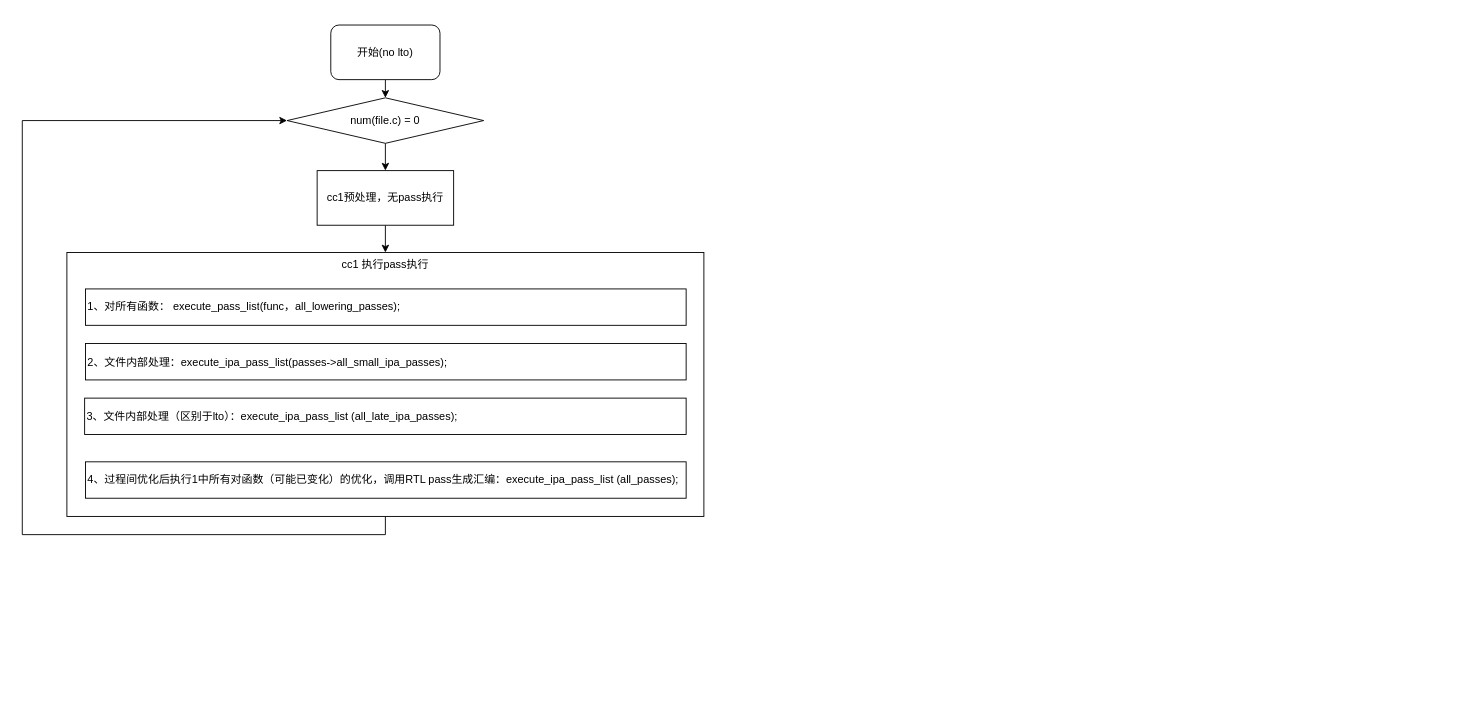
This is Untitled Diagram.drawio from ijinma/start, a draw.io file, before an edit. Source tidied: cells renumbered, new cells numbered last; positions are measured from the earlier drawing's top-left corner, leaving out a move shared by most shapes. Both pictures are drawn from the tidied source at 91%, with x=0, y=0 at pixel (22, 25).
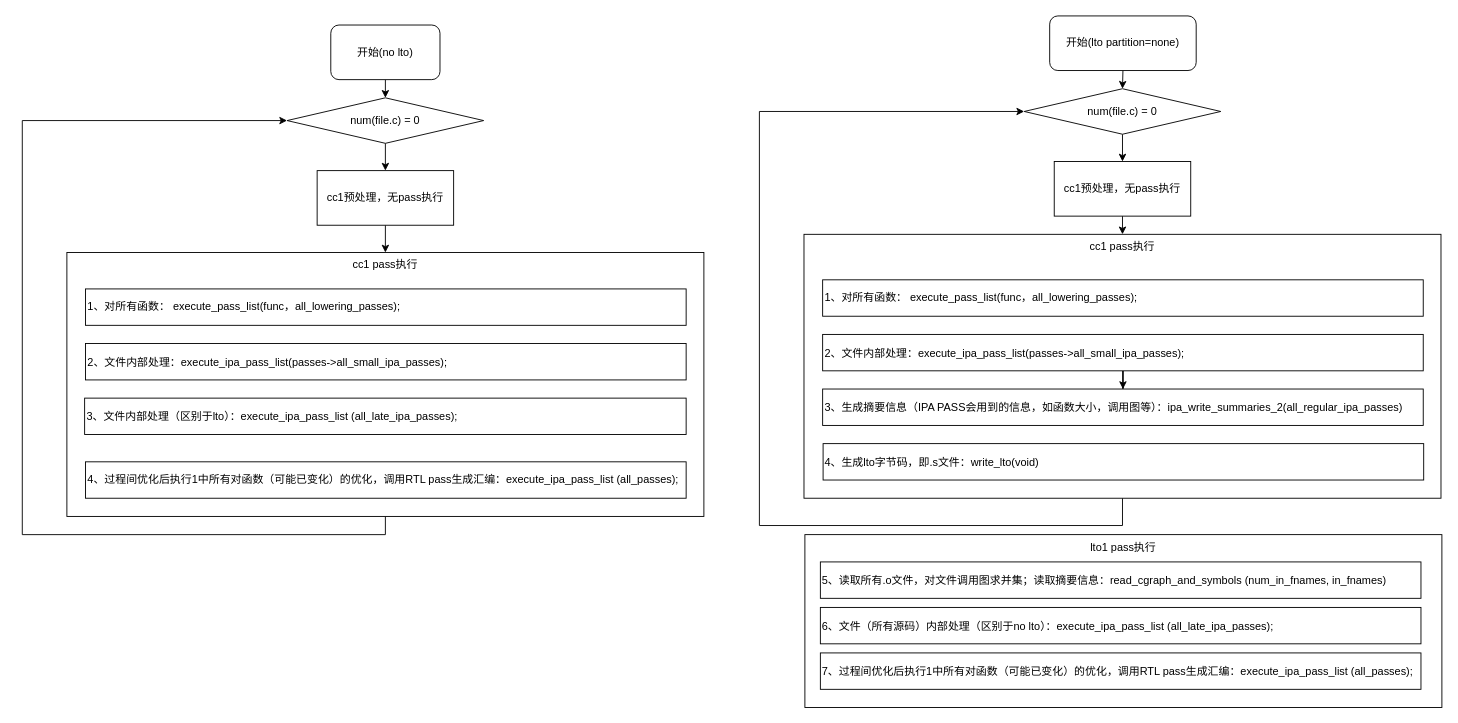
The same diagram, later.

Change to the diagram source:
```diff
@@
-    <mxCell id="7" value="cc1 执行pass执行" style="rounded=0;whiteSpace=wrap;html=1;verticalAlign=top;fontFamily=Helvetica;align=center;fontSize=12;" parent="1" vertex="1">
+    <mxCell id="7" value="cc1 pass执行" style="rounded=0;whiteSpace=wrap;html=1;verticalAlign=top;fontFamily=Helvetica;align=center;fontSize=12;" parent="1" vertex="1">
       <mxGeometry x="49" y="250" width="700" height="290" as="geometry" />
     </mxCell>
@@
+    <mxCell id="14" style="edgeStyle=orthogonalEdgeStyle;rounded=0;jettySize=auto;html=1;exitX=0.5;exitY=1;exitDx=0;exitDy=0;entryX=0.5;entryY=0;entryDx=0;entryDy=0;fontFamily=Helvetica;fontSize=12;fontColor=#000000;" parent="1" edge="1" source="15" target="21">
+      <mxGeometry relative="1" as="geometry" />
+    </mxCell>
+    <mxCell id="15" value="开始(lto partition=none)" style="rounded=1;whiteSpace=wrap;html=1;fontFamily=Helvetica;fontSize=12;" parent="1" vertex="1">
+      <mxGeometry x="1129" y="-10" width="161" height="60" as="geometry" />
+    </mxCell>
+    <mxCell id="16" style="edgeStyle=orthogonalEdgeStyle;rounded=0;jettySize=auto;html=1;exitX=0.5;exitY=1;exitDx=0;exitDy=0;entryX=0.5;entryY=0;entryDx=0;entryDy=0;fontFamily=Helvetica;fontSize=12;fontColor=#000000;" parent="1" edge="1" source="17" target="19">
+      <mxGeometry relative="1" as="geometry" />
+    </mxCell>
+    <mxCell id="17" value="cc1预处理，无pass执行" style="rounded=0;whiteSpace=wrap;html=1;fontFamily=Helvetica;fontSize=12;" parent="1" vertex="1">
+      <mxGeometry x="1134" y="150" width="150" height="60" as="geometry" />
+    </mxCell>
+    <mxCell id="18" style="edgeStyle=orthogonalEdgeStyle;rounded=0;jettySize=auto;html=1;exitX=0.5;exitY=1;exitDx=0;exitDy=0;entryX=0;entryY=0.5;entryDx=0;entryDy=0;fontFamily=Helvetica;fontSize=12;fontColor=#000000;" parent="1" edge="1" source="19" target="21">
+      <mxGeometry relative="1" as="geometry">
+        <Array as="points">
+          <mxPoint x="1209" y="550" />
+          <mxPoint x="810" y="550" />
+          <mxPoint x="810" y="95" />
+        </Array>
+      </mxGeometry>
+    </mxCell>
+    <mxCell id="19" value="cc1 pass执行" style="rounded=0;whiteSpace=wrap;html=1;verticalAlign=top;fontFamily=Helvetica;align=center;fontSize=12;" parent="1" vertex="1">
+      <mxGeometry x="859" y="230" width="700" height="290" as="geometry" />
+    </mxCell>
+    <mxCell id="20" style="edgeStyle=orthogonalEdgeStyle;rounded=0;jettySize=auto;html=1;exitX=0.5;exitY=1;exitDx=0;exitDy=0;entryX=0.5;entryY=0;entryDx=0;entryDy=0;fontFamily=Helvetica;fontSize=12;fontColor=#000000;" parent="1" edge="1" source="21" target="17">
+      <mxGeometry relative="1" as="geometry" />
+    </mxCell>
+    <mxCell id="21" value="num(file.c) = 0" style="rhombus;whiteSpace=wrap;html=1;fontFamily=Helvetica;fontSize=12;" parent="1" vertex="1">
+      <mxGeometry x="1101" y="70" width="216" height="50" as="geometry" />
+    </mxCell>
+    <mxCell id="22" value="&lt;span style=&quot;font-size: 12px; background-color: rgb(255, 255, 255);&quot;&gt;1、对所有函数： execute_pass_list&lt;/span&gt;&lt;span style=&quot;font-size: 12px; background-color: rgb(255, 255, 255);&quot;&gt;(func，&lt;/span&gt;&lt;span style=&quot;font-size: 12px; background-color: rgb(255, 255, 255);&quot;&gt;all_lowering_passes&lt;/span&gt;&lt;span style=&quot;font-size: 12px; background-color: rgb(255, 255, 255);&quot;&gt;);&lt;/span&gt;" style="rounded=0;whiteSpace=wrap;html=1;fontFamily=Helvetica;align=left;fontSize=12;" parent="1" vertex="1">
+      <mxGeometry x="879.5" y="280" width="660" height="40" as="geometry" />
+    </mxCell>
+    <mxCell id="23" style="edgeStyle=orthogonalEdgeStyle;rounded=0;jettySize=auto;html=1;fontFamily=Helvetica;fontSize=12;fontColor=#000000;" parent="1" edge="1" source="24" target="25">
+      <mxGeometry relative="1" as="geometry" />
+    </mxCell>
+    <mxCell id="24" value="&lt;div style=&quot;font-size: 12px; line-height: 24px;&quot;&gt;&lt;span style=&quot;background-color: rgb(255, 255, 255); font-size: 12px;&quot;&gt;2、文件内部处理：execute_ipa_pass_list(passes-&amp;gt;all_small_ipa_passes);&lt;/span&gt;&lt;/div&gt;" style="rounded=0;whiteSpace=wrap;html=1;labelBackgroundColor=#FFFFFF;fontFamily=Helvetica;align=left;fontSize=12;" parent="1" vertex="1">
+      <mxGeometry x="879.5" y="340" width="660" height="40" as="geometry" />
+    </mxCell>
+    <mxCell id="25" value="&lt;div style=&quot;line-height: 24px&quot;&gt;3、生成摘要信息（IPA PASS会用到的信息，如函数大小，调用图等）：ipa_write_summaries_2(all_regular_ipa_passes)&lt;br&gt;&lt;/div&gt;" style="rounded=0;whiteSpace=wrap;html=1;labelBackgroundColor=#FFFFFF;fontFamily=Helvetica;align=left;fontSize=12;" parent="1" vertex="1">
+      <mxGeometry x="879.5" y="400" width="660" height="40" as="geometry" />
+    </mxCell>
+    <mxCell id="26" value="&lt;div style=&quot;line-height: 24px&quot;&gt;4、生成lto字节码，即.s文件：write_lto(void)&amp;nbsp;&lt;br&gt;&lt;/div&gt;" style="rounded=0;whiteSpace=wrap;html=1;labelBackgroundColor=#FFFFFF;fontFamily=Helvetica;align=left;fontSize=12;" parent="1" vertex="1">
+      <mxGeometry x="880" y="460" width="660" height="40" as="geometry" />
+    </mxCell>
+    <mxCell id="27" value="lto1 pass执行" style="rounded=0;whiteSpace=wrap;html=1;verticalAlign=top;fontFamily=Helvetica;align=center;fontSize=12;" parent="1" vertex="1">
+      <mxGeometry x="860" y="560" width="700" height="190" as="geometry" />
+    </mxCell>
+    <mxCell id="28" value="&lt;div style=&quot;line-height: 24px&quot;&gt;7、过程间优化后执行1中所有对函数（可能已变化）的优化，调用RTL pass生成汇编：execute_ipa_pass_list (all_passes);&lt;br&gt;&lt;/div&gt;" style="rounded=0;whiteSpace=wrap;html=1;labelBackgroundColor=#FFFFFF;fontFamily=Helvetica;align=left;fontSize=12;" parent="1" vertex="1">
+      <mxGeometry x="877" y="690" width="660" height="40" as="geometry" />
+    </mxCell>
+    <mxCell id="29" value="&lt;div style=&quot;line-height: 24px&quot;&gt;6、文件（所有源码）内部处理（区别于no lto）：execute_ipa_pass_list (all_late_ipa_passes);&lt;br&gt;&lt;/div&gt;" style="rounded=0;whiteSpace=wrap;html=1;labelBackgroundColor=#FFFFFF;fontFamily=Helvetica;align=left;fontSize=12;" parent="1" vertex="1">
+      <mxGeometry x="877" y="640" width="660" height="40" as="geometry" />
+    </mxCell>
+    <mxCell id="30" value="&lt;div style=&quot;line-height: 24px&quot;&gt;5、读取所有.o文件，对文件调用图求并集；读取摘要信息：read_cgraph_and_symbols (num_in_fnames, in_fnames)&amp;nbsp;&lt;/div&gt;" style="rounded=0;whiteSpace=wrap;html=1;labelBackgroundColor=#FFFFFF;fontFamily=Helvetica;align=left;fontSize=12;" parent="1" vertex="1">
+      <mxGeometry x="877" y="590" width="660" height="40" as="geometry" />
+    </mxCell>
```
